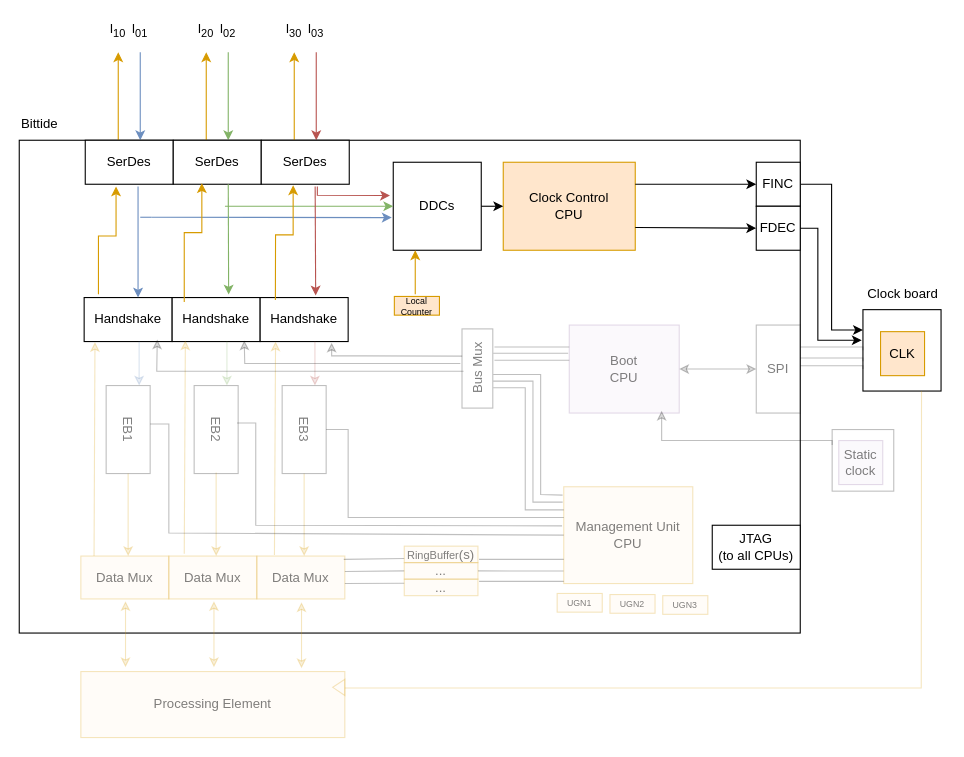
Earlier version of the draw.io diagram docs/diagrams/bittide-cc-diagram.drawio (bittide/bittide-hardware). Source tidied: cells renumbered, new cells numbered last; positions are measured from the earlier drawing's top-left corner, leaving out a move shared by most shapes. Both pictures are drawn from the tidied source at 110%, with x=0, y=0 at pixel (19, 19).
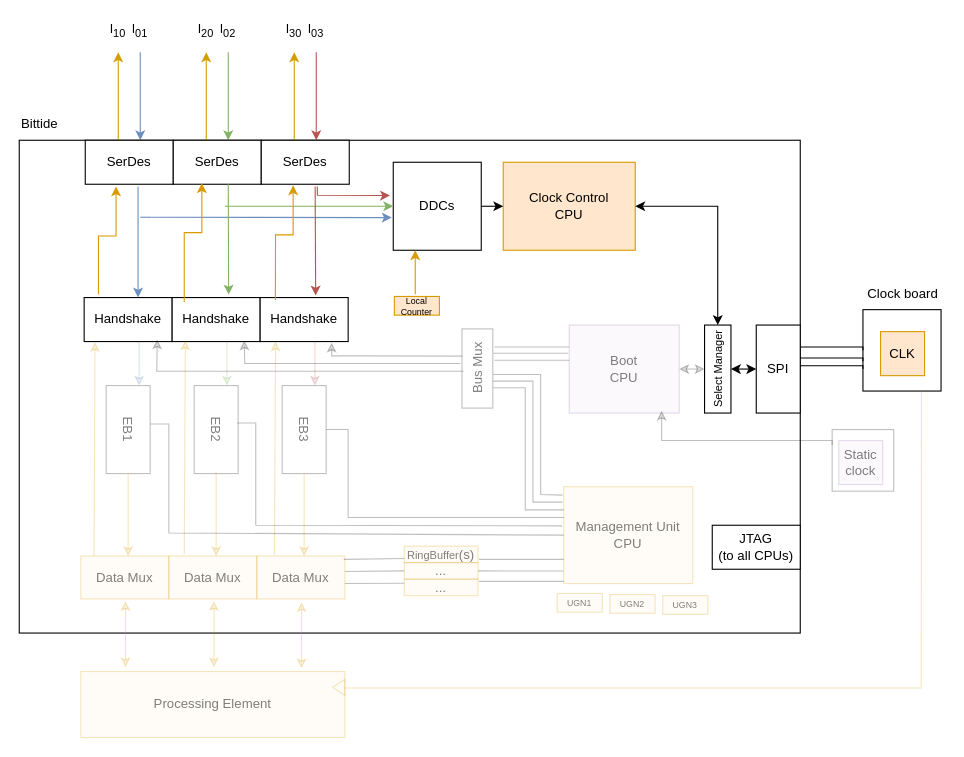
After the change.

The change refers to these unchanged cells:
```xml
<mxCell id="2" style="rounded=0;whiteSpace=wrap;html=1;fillOpacity=100;strokeOpacity=100;" parent="1" vertex="1">
  <mxGeometry x="767" y="264" width="71" height="74" as="geometry" />
</mxCell>
<mxCell id="34" value="&lt;div&gt;Clock Control&lt;/div&gt;&lt;div&gt;CPU&lt;/div&gt;" style="rounded=0;whiteSpace=wrap;html=1;fillColor=#ffe6cc;strokeColor=#d79b00;fillOpacity=100;strokeOpacity=100;arcSize=12;" parent="1" vertex="1">
  <mxGeometry x="440" y="130" width="120" height="80" as="geometry" />
</mxCell>
```

Diff of the diagram source:
```diff
@@
+    <mxCell id="103" style="edgeStyle=orthogonalEdgeStyle;rounded=0;jettySize=auto;html=1;exitX=1;exitY=0.5;exitDx=0;exitDy=0;startArrow=classic;endArrow=classic;fillOpacity=100;strokeOpacity=100;arcSize=12;" parent="1" edge="1" source="34">
+      <mxGeometry relative="1" as="geometry">
+        <mxPoint x="635" y="278" as="targetPoint" />
+        <Array as="points">
+          <mxPoint x="635" y="170" />
+        </Array>
+      </mxGeometry>
+    </mxCell>
@@
-    <mxCell id="36" style="edgeStyle=orthogonalEdgeStyle;rounded=0;jettySize=auto;html=1;exitX=1;exitY=0.5;exitDx=0;exitDy=0;entryX=0;entryY=0.25;entryDx=0;entryDy=0;fillOpacity=100;strokeOpacity=100;arcSize=12;" parent="1" edge="1" source="37" target="2">
-      <mxGeometry relative="1" as="geometry" />
-    </mxCell>
-    <mxCell id="37" value="FINC" style="rounded=0;whiteSpace=wrap;html=1;fillOpacity=100;strokeOpacity=100;arcSize=12;" parent="1" vertex="1">
-      <mxGeometry x="670" y="130" width="40" height="40" as="geometry" />
-    </mxCell>
-    <mxCell id="38" value="FDEC" style="rounded=0;whiteSpace=wrap;html=1;fillOpacity=100;strokeOpacity=100;arcSize=12;" parent="1" vertex="1">
-      <mxGeometry x="670" y="170" width="40" height="40" as="geometry" />
-    </mxCell>
-    <mxCell id="39" style="endArrow=classic;html=1;rounded=0;fillOpacity=100;strokeOpacity=100;arcSize=12;" parent="1" edge="1" target="37">
-      <mxGeometry relative="1" as="geometry">
-        <mxPoint x="560" y="150" as="sourcePoint" />
-      </mxGeometry>
-    </mxCell>
-    <mxCell id="40" style="endArrow=classic;html=1;rounded=0;fillOpacity=100;strokeOpacity=100;arcSize=12;" parent="1" edge="1" target="38">
-      <mxGeometry relative="1" as="geometry">
-        <mxPoint x="560" y="189.3" as="sourcePoint" />
-      </mxGeometry>
-    </mxCell>
-    <mxCell id="41" style="edgeStyle=orthogonalEdgeStyle;rounded=0;jettySize=auto;html=1;exitX=1;exitY=0.25;exitDx=0;exitDy=0;entryX=0;entryY=0.5;entryDx=0;entryDy=0;endArrow=none;endFill=0;fillOpacity=15;strokeOpacity=25;" parent="1" edge="1" source="42" target="2">
+    <mxCell id="41" style="edgeStyle=orthogonalEdgeStyle;rounded=0;jettySize=auto;html=1;exitX=1;exitY=0.25;exitDx=0;exitDy=0;entryX=0;entryY=0.5;entryDx=0;entryDy=0;endArrow=none;endFill=0;fillOpacity=100;strokeOpacity=100;" parent="1" edge="1" source="42" target="2">
       <mxGeometry relative="1" as="geometry">
         <Array as="points">
           <mxPoint x="767" y="298" />
         </Array>
       </mxGeometry>
     </mxCell>
-    <mxCell id="42" value="SPI" style="rounded=0;whiteSpace=wrap;html=1;fillOpacity=15;strokeOpacity=25;textOpacity=50;" parent="1" vertex="1">
+    <mxCell id="42" value="SPI" style="rounded=0;whiteSpace=wrap;html=1;fillOpacity=100;strokeOpacity=100;" parent="1" vertex="1">
       <mxGeometry x="670" y="278" width="40" height="80" as="geometry" />
     </mxCell>
+    <mxCell id="104" value="Select Manager" style="rounded=0;whiteSpace=wrap;html=1;rotation=-90;fontSize=10;" parent="1" vertex="1">
+      <mxGeometry x="595" y="306" width="80" height="24" as="geometry" />
+    </mxCell>
+    <mxCell id="105" style="endArrow=classic;startArrow=classic;html=1;rounded=0;entryX=0;entryY=0.5;entryDx=0;entryDy=0;" parent="1" edge="1" target="42">
+      <mxGeometry relative="1" as="geometry">
+        <mxPoint x="647" y="318" as="sourcePoint" />
+      </mxGeometry>
+    </mxCell>
@@
-    <mxCell id="44" style="endArrow=classic;startArrow=classic;html=1;rounded=0;entryX=0;entryY=0.5;entryDx=0;entryDy=0;fillOpacity=15;strokeOpacity=25;textOpacity=50;" parent="1" edge="1" target="42">
+    <mxCell id="44" style="endArrow=classic;startArrow=classic;html=1;rounded=0;fillOpacity=15;strokeOpacity=25;textOpacity=50;" parent="1" edge="1">
       <mxGeometry relative="1" as="geometry">
         <mxPoint x="600" y="318" as="sourcePoint" />
+        <mxPoint x="623" y="318" as="targetPoint" />
       </mxGeometry>
     </mxCell>
@@
-    <mxCell id="65" style="edgeStyle=orthogonalEdgeStyle;rounded=0;orthogonalLoop=1;jettySize=auto;html=1;exitX=1;exitY=0.25;exitDx=0;exitDy=0;entryX=0;entryY=0.5;entryDx=0;entryDy=0;endArrow=none;endFill=0;fillOpacity=15;strokeOpacity=25;" parent="1" edge="1">
+    <mxCell id="65" style="edgeStyle=orthogonalEdgeStyle;rounded=0;orthogonalLoop=1;jettySize=auto;html=1;exitX=1;exitY=0.25;exitDx=0;exitDy=0;entryX=0;entryY=0.5;entryDx=0;entryDy=0;endArrow=none;endFill=0;fillOpacity=100;strokeOpacity=100;" parent="1" edge="1">
       <mxGeometry relative="1" as="geometry">
         <mxPoint x="710" y="308" as="sourcePoint" />
         <mxPoint x="767" y="311" as="targetPoint" />
         <Array as="points">
           <mxPoint x="767" y="308" />
         </Array>
       </mxGeometry>
     </mxCell>
-    <mxCell id="66" style="edgeStyle=orthogonalEdgeStyle;rounded=0;orthogonalLoop=1;jettySize=auto;html=1;exitX=1;exitY=0.25;exitDx=0;exitDy=0;entryX=0;entryY=0.5;entryDx=0;entryDy=0;endArrow=none;endFill=0;fillOpacity=15;strokeOpacity=25;" parent="1" edge="1">
+    <mxCell id="66" style="edgeStyle=orthogonalEdgeStyle;rounded=0;orthogonalLoop=1;jettySize=auto;html=1;exitX=1;exitY=0.25;exitDx=0;exitDy=0;entryX=0;entryY=0.5;entryDx=0;entryDy=0;endArrow=none;endFill=0;fillOpacity=100;strokeOpacity=100;" parent="1" edge="1">
       <mxGeometry relative="1" as="geometry">
         <mxPoint x="710" y="315" as="sourcePoint" />
         <mxPoint x="767" y="318" as="targetPoint" />
         <Array as="points">
           <mxPoint x="767" y="315" />
         </Array>
       </mxGeometry>
     </mxCell>
-    <mxCell id="67" style="edgeStyle=orthogonalEdgeStyle;rounded=0;jettySize=auto;html=1;entryX=-0.016;entryY=0.376;entryDx=0;entryDy=0;entryPerimeter=0;fillOpacity=100;strokeOpacity=100;arcSize=12;" parent="1" edge="1" source="38" target="2">
-      <mxGeometry relative="1" as="geometry">
-        <Array as="points">
-          <mxPoint x="726" y="190" />
-          <mxPoint x="726" y="292" />
-        </Array>
-      </mxGeometry>
-    </mxCell>
```
